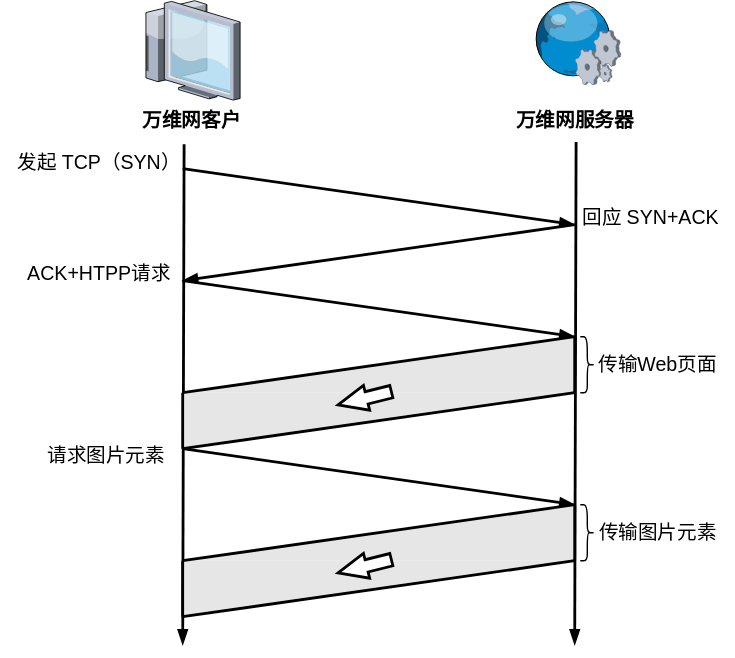
Above: pictures/计算机网络-使用持久连接-非流水线式.drawio.svg in creatern/NoteBook (draw.io), before the change. Source tidied: cells renumbered, new cells last; positions are measured from the earlier drawing's top-left corner, leaving out a move shared by most shapes. Its diagram source:
```xml
<mxGraphModel>
  <root>
    <mxCell id="0" />
    <mxCell id="1" parent="0" />
    <mxCell id="2" style="verticalLabelPosition=bottom;sketch=0;html=1;verticalAlign=top;strokeColor=none;align=center;shape=mxgraph.citrix.thin_client;fontFamily=Helvetica;fontSize=11;fontColor=default;" parent="1" vertex="1">
      <mxGeometry x="100" width="71" height="71" as="geometry" />
    </mxCell>
    <mxCell id="3" style="verticalLabelPosition=bottom;sketch=0;html=1;verticalAlign=top;strokeColor=none;align=center;shape=mxgraph.citrix.web_service;fontFamily=Helvetica;fontSize=11;fontColor=default;" parent="1" vertex="1">
      <mxGeometry x="380" width="63" height="60" as="geometry" />
    </mxCell>
    <mxCell id="4" value="&lt;b style=&quot;font-size: 14px;&quot;&gt;万维网客户&lt;/b&gt;" style="text;html=1;align=center;verticalAlign=middle;points=[];strokeColor=none;fillColor=none;fontSize=14;fontFamily=Helvetica;fontColor=default;" parent="1" vertex="1">
      <mxGeometry x="90.5" y="71" width="90" height="30" as="geometry" />
    </mxCell>
    <mxCell id="5" value="&lt;b style=&quot;font-size: 14px;&quot;&gt;万维网服务器&lt;/b&gt;" style="text;html=1;align=center;verticalAlign=middle;strokeColor=none;fillColor=none;fontSize=14;fontFamily=Helvetica;fontColor=default;" parent="1" vertex="1">
      <mxGeometry x="355" y="71" width="110" height="30" as="geometry" />
    </mxCell>
    <mxCell id="6" style="endArrow=blockThin;html=1;rounded=0;labelBackgroundColor=default;strokeColor=default;strokeWidth=2;fontFamily=Helvetica;fontSize=11;fontColor=default;shape=connector;exitX=0.45;exitY=1.05;exitDx=0;exitDy=0;exitPerimeter=0;endFill=1;" parent="1" edge="1" source="4">
      <mxGeometry relative="1" as="geometry">
        <mxPoint x="130" y="460" as="targetPoint" />
      </mxGeometry>
    </mxCell>
    <mxCell id="7" style="endArrow=blockThin;html=1;rounded=0;labelBackgroundColor=default;strokeColor=default;strokeWidth=2;fontFamily=Helvetica;fontSize=11;fontColor=default;shape=connector;exitX=0.45;exitY=1.05;exitDx=0;exitDy=0;exitPerimeter=0;endFill=1;" parent="1" edge="1">
      <mxGeometry relative="1" as="geometry">
        <mxPoint x="411" y="101" as="sourcePoint" />
        <mxPoint x="410" y="460" as="targetPoint" />
      </mxGeometry>
    </mxCell>
    <mxCell id="8" value="发起 TCP（SYN）" style="text;html=1;align=center;verticalAlign=middle;strokeColor=none;fillColor=none;fontSize=14;fontFamily=Helvetica;fontColor=default;" parent="1" vertex="1">
      <mxGeometry y="101" width="140" height="30" as="geometry" />
    </mxCell>
    <mxCell id="9" style="endArrow=blockThin;html=1;rounded=0;labelBackgroundColor=default;strokeColor=default;strokeWidth=2;fontFamily=Helvetica;fontSize=11;fontColor=default;shape=connector;endFill=1;" parent="1" edge="1">
      <mxGeometry relative="1" as="geometry">
        <mxPoint x="130" y="120" as="sourcePoint" />
        <mxPoint x="410" y="160" as="targetPoint" />
      </mxGeometry>
    </mxCell>
    <mxCell id="10" value="ACK+HTPP请求" style="text;html=1;align=center;verticalAlign=middle;strokeColor=none;fillColor=none;fontSize=14;fontFamily=Helvetica;fontColor=default;" parent="1" vertex="1">
      <mxGeometry x="5" y="180" width="130" height="30" as="geometry" />
    </mxCell>
    <mxCell id="11" value="请求图片元素" style="text;html=1;align=center;verticalAlign=middle;strokeColor=none;fillColor=none;fontSize=14;fontFamily=Helvetica;fontColor=default;" parent="1" vertex="1">
      <mxGeometry x="20" y="310" width="110" height="30" as="geometry" />
    </mxCell>
    <mxCell id="12" style="endArrow=blockThin;html=1;rounded=0;labelBackgroundColor=default;strokeColor=default;strokeWidth=2;fontFamily=Helvetica;fontSize=11;fontColor=default;shape=connector;endFill=1;" parent="1" edge="1">
      <mxGeometry relative="1" as="geometry">
        <mxPoint x="410" y="160" as="sourcePoint" />
        <mxPoint x="130" y="200" as="targetPoint" />
      </mxGeometry>
    </mxCell>
    <mxCell id="13" style="endArrow=blockThin;html=1;rounded=0;labelBackgroundColor=default;strokeColor=default;strokeWidth=2;fontFamily=Helvetica;fontSize=11;fontColor=default;shape=connector;endFill=1;" parent="1" edge="1">
      <mxGeometry relative="1" as="geometry">
        <mxPoint x="130" y="200" as="sourcePoint" />
        <mxPoint x="410" y="240" as="targetPoint" />
      </mxGeometry>
    </mxCell>
    <mxCell id="14" style="shape=curlyBracket;whiteSpace=wrap;html=1;rounded=1;flipH=1;labelPosition=right;verticalLabelPosition=middle;align=left;verticalAlign=middle;fontFamily=Helvetica;fontSize=11;fontColor=default;" parent="1" vertex="1">
      <mxGeometry x="414" y="240" width="10" height="40" as="geometry" />
    </mxCell>
    <mxCell id="15" value="传输Web页面" style="text;html=1;align=center;verticalAlign=middle;strokeColor=none;fillColor=none;fontSize=14;fontFamily=Helvetica;fontColor=default;" parent="1" vertex="1">
      <mxGeometry x="414" y="245" width="110" height="30" as="geometry" />
    </mxCell>
    <mxCell id="16" style="group;fontFamily=Helvetica;fontSize=11;fontColor=default;" parent="1" vertex="1">
      <mxGeometry x="130" y="240" width="280" height="80" as="geometry" />
    </mxCell>
    <mxCell id="17" style="shape=manualInput;whiteSpace=wrap;html=1;fontFamily=Helvetica;fontSize=11;fontColor=default;size=40;strokeColor=none;fillColor=#E6E6E6;" parent="16" vertex="1">
      <mxGeometry width="280" height="40" as="geometry" />
    </mxCell>
    <mxCell id="18" style="shape=manualInput;whiteSpace=wrap;html=1;fontFamily=Helvetica;fontSize=11;fontColor=default;size=80;strokeColor=none;fillColor=#E6E6E6;rotation=-180;" parent="16" vertex="1">
      <mxGeometry y="40" width="280" height="40" as="geometry" />
    </mxCell>
    <mxCell id="19" style="endArrow=none;html=1;rounded=0;labelBackgroundColor=default;strokeColor=default;strokeWidth=2;fontFamily=Helvetica;fontSize=11;fontColor=default;shape=connector;exitX=1;exitY=0;exitDx=0;exitDy=0;entryX=1;entryY=1;entryDx=0;entryDy=0;" parent="16" edge="1" source="17" target="18">
      <mxGeometry relative="1" as="geometry" />
    </mxCell>
    <mxCell id="20" style="endArrow=none;html=1;rounded=0;labelBackgroundColor=default;strokeColor=default;strokeWidth=2;fontFamily=Helvetica;fontSize=11;fontColor=default;shape=connector;entryX=1;entryY=0;entryDx=0;entryDy=0;exitX=0;exitY=1;exitDx=0;exitDy=0;" parent="16" edge="1" source="18" target="18">
      <mxGeometry relative="1" as="geometry" />
    </mxCell>
    <mxCell id="21" style="endArrow=none;html=1;rounded=0;labelBackgroundColor=default;strokeColor=default;strokeWidth=2;fontFamily=Helvetica;fontSize=11;fontColor=default;shape=connector;entryX=1;entryY=1;entryDx=0;entryDy=0;exitX=1;exitY=0;exitDx=0;exitDy=0;" parent="16" edge="1" source="17" target="17">
      <mxGeometry relative="1" as="geometry" />
    </mxCell>
    <mxCell id="22" style="endArrow=none;html=1;rounded=0;labelBackgroundColor=default;strokeColor=default;strokeWidth=2;fontFamily=Helvetica;fontSize=11;fontColor=default;shape=connector;entryX=1;entryY=0;entryDx=0;entryDy=0;exitX=0;exitY=1;exitDx=0;exitDy=0;" parent="16" edge="1" source="17" target="18">
      <mxGeometry relative="1" as="geometry" />
    </mxCell>
    <mxCell id="23" style="shape=flexArrow;endArrow=classic;html=1;rounded=0;labelBackgroundColor=default;strokeColor=default;strokeWidth=2;fontFamily=Helvetica;fontSize=11;fontColor=default;endWidth=7.2;endSize=6.332;width=8;fillColor=default;" parent="1" edge="1">
      <mxGeometry relative="1" as="geometry">
        <mxPoint x="280" y="279" as="sourcePoint" />
        <mxPoint x="240" y="289" as="targetPoint" />
        <Array as="points">
          <mxPoint x="280" y="279" />
        </Array>
      </mxGeometry>
    </mxCell>
    <mxCell id="24" style="endArrow=blockThin;html=1;rounded=0;labelBackgroundColor=default;strokeColor=default;strokeWidth=2;fontFamily=Helvetica;fontSize=11;fontColor=default;shape=connector;endFill=1;" parent="1" edge="1">
      <mxGeometry relative="1" as="geometry">
        <mxPoint x="130" y="320" as="sourcePoint" />
        <mxPoint x="410" y="360" as="targetPoint" />
      </mxGeometry>
    </mxCell>
    <mxCell id="25" style="shape=curlyBracket;whiteSpace=wrap;html=1;rounded=1;flipH=1;labelPosition=right;verticalLabelPosition=middle;align=left;verticalAlign=middle;fontFamily=Helvetica;fontSize=11;fontColor=default;" parent="1" vertex="1">
      <mxGeometry x="414" y="360" width="10" height="40" as="geometry" />
    </mxCell>
    <mxCell id="26" style="group;fontFamily=Helvetica;fontSize=11;fontColor=default;" parent="1" vertex="1">
      <mxGeometry x="130" y="360" width="280" height="80" as="geometry" />
    </mxCell>
    <mxCell id="27" style="shape=manualInput;whiteSpace=wrap;html=1;fontFamily=Helvetica;fontSize=11;fontColor=default;size=40;strokeColor=none;fillColor=#E6E6E6;" parent="26" vertex="1">
      <mxGeometry width="280" height="40" as="geometry" />
    </mxCell>
    <mxCell id="28" style="shape=manualInput;whiteSpace=wrap;html=1;fontFamily=Helvetica;fontSize=11;fontColor=default;size=80;strokeColor=none;fillColor=#E6E6E6;rotation=-180;" parent="26" vertex="1">
      <mxGeometry y="40" width="280" height="40" as="geometry" />
    </mxCell>
    <mxCell id="29" style="endArrow=none;html=1;rounded=0;labelBackgroundColor=default;strokeColor=default;strokeWidth=2;fontFamily=Helvetica;fontSize=11;fontColor=default;shape=connector;exitX=1;exitY=0;exitDx=0;exitDy=0;entryX=1;entryY=1;entryDx=0;entryDy=0;" parent="26" edge="1" source="27" target="28">
      <mxGeometry relative="1" as="geometry" />
    </mxCell>
    <mxCell id="30" style="endArrow=none;html=1;rounded=0;labelBackgroundColor=default;strokeColor=default;strokeWidth=2;fontFamily=Helvetica;fontSize=11;fontColor=default;shape=connector;entryX=1;entryY=0;entryDx=0;entryDy=0;exitX=0;exitY=1;exitDx=0;exitDy=0;" parent="26" edge="1" source="28" target="28">
      <mxGeometry relative="1" as="geometry" />
    </mxCell>
    <mxCell id="31" style="endArrow=none;html=1;rounded=0;labelBackgroundColor=default;strokeColor=default;strokeWidth=2;fontFamily=Helvetica;fontSize=11;fontColor=default;shape=connector;entryX=1;entryY=1;entryDx=0;entryDy=0;exitX=1;exitY=0;exitDx=0;exitDy=0;" parent="26" edge="1" source="27" target="27">
      <mxGeometry relative="1" as="geometry" />
    </mxCell>
    <mxCell id="32" style="endArrow=none;html=1;rounded=0;labelBackgroundColor=default;strokeColor=default;strokeWidth=2;fontFamily=Helvetica;fontSize=11;fontColor=default;shape=connector;entryX=1;entryY=0;entryDx=0;entryDy=0;exitX=0;exitY=1;exitDx=0;exitDy=0;" parent="26" edge="1" source="27" target="28">
      <mxGeometry relative="1" as="geometry" />
    </mxCell>
    <mxCell id="33" style="shape=flexArrow;endArrow=classic;html=1;rounded=0;labelBackgroundColor=default;strokeColor=default;strokeWidth=2;fontFamily=Helvetica;fontSize=11;fontColor=default;endWidth=7.2;endSize=6.332;width=8;fillColor=default;" parent="1" edge="1">
      <mxGeometry relative="1" as="geometry">
        <mxPoint x="280" y="399" as="sourcePoint" />
        <mxPoint x="240" y="409" as="targetPoint" />
        <Array as="points">
          <mxPoint x="280" y="399" />
        </Array>
      </mxGeometry>
    </mxCell>
    <mxCell id="34" value="传输图片元素" style="text;html=1;align=center;verticalAlign=middle;strokeColor=none;fillColor=none;fontSize=14;fontFamily=Helvetica;fontColor=default;" parent="1" vertex="1">
      <mxGeometry x="414" y="365" width="110" height="30" as="geometry" />
    </mxCell>
    <mxCell id="35" value="回应 SYN+ACK" style="text;html=1;align=center;verticalAlign=middle;strokeColor=none;fillColor=none;fontSize=14;fontFamily=Helvetica;fontColor=default;" parent="1" vertex="1">
      <mxGeometry x="404" y="140" width="120" height="30" as="geometry" />
    </mxCell>
  </root>
</mxGraphModel>
```
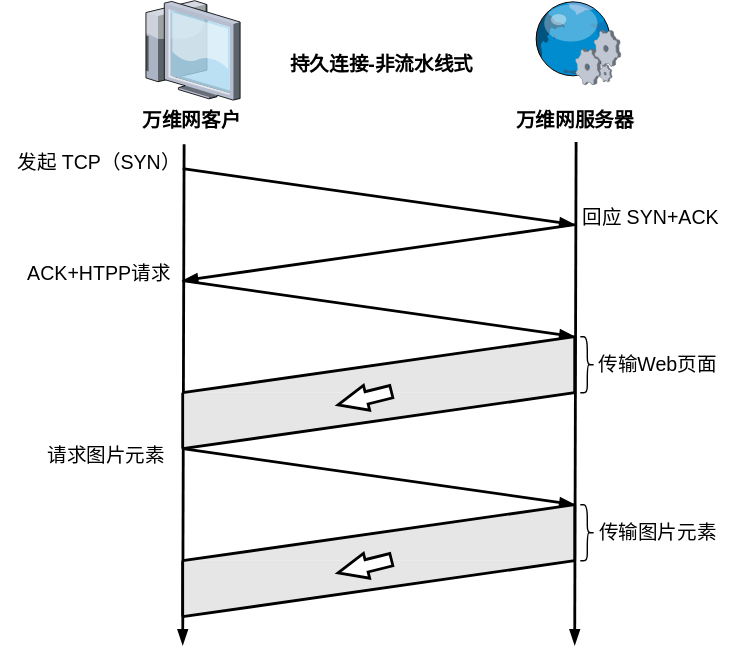
After the commit.

Diff of the diagram source:
```diff
@@ -133,5 +133,8 @@
     <mxCell id="35" value="回应 SYN+ACK" style="text;html=1;align=center;verticalAlign=middle;strokeColor=none;fillColor=none;fontSize=14;fontFamily=Helvetica;fontColor=default;" parent="1" vertex="1">
       <mxGeometry x="404" y="140" width="120" height="30" as="geometry" />
     </mxCell>
+    <mxCell id="36" value="持久连接-非流水线式" style="text;whiteSpace=wrap;fontStyle=1;fontSize=14;" parent="1" vertex="1">
+      <mxGeometry x="205" y="31" width="150" height="40" as="geometry" />
+    </mxCell>
   </root>
 </mxGraphModel>
```
